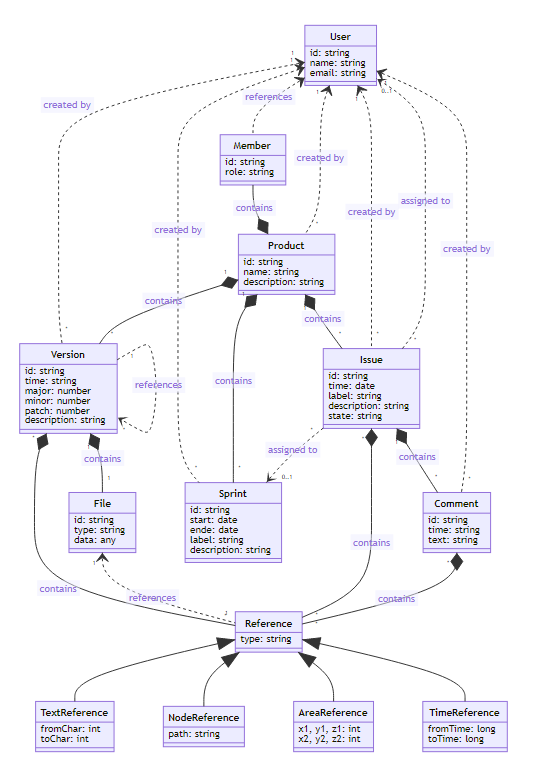
Above: diagrams/entities-v3.png in ghackenberg/caddrive (Mermaid), before the change. Its source is kept beside it as diagrams/entities-v3.mmd.
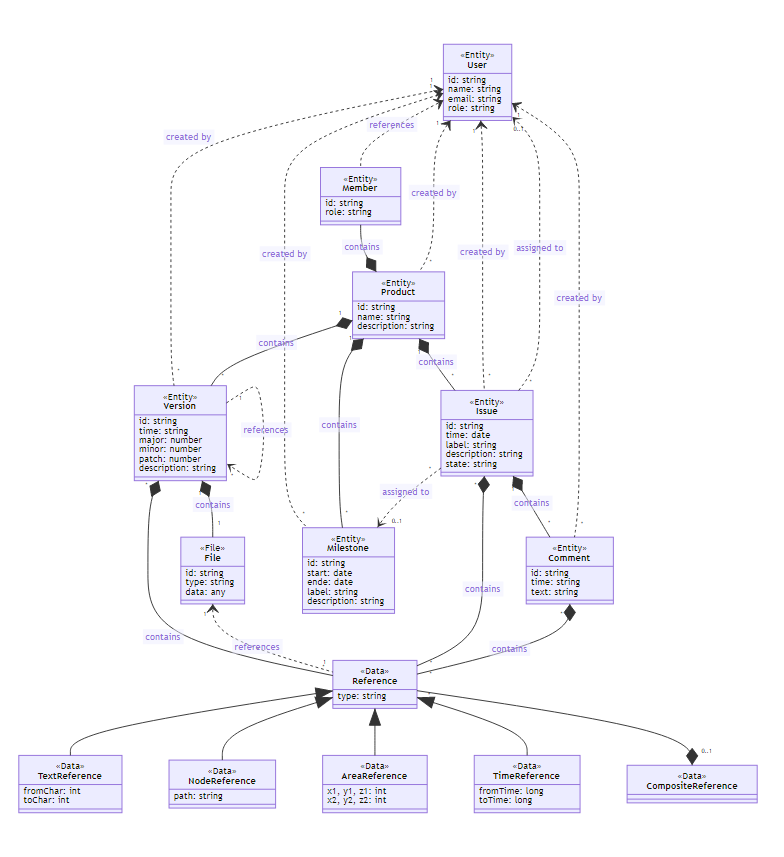
The same diagram one commit later.

Commit message:
align class diagram with impl

Change to the diagram source:
```diff
@@ -5,6 +5,7 @@
         id: string
         name: string
         email: string
+        role: string
     }
     class Product {
         id: string
@@ -43,13 +44,25 @@
         time: string
         text: string
     }
-    class Sprint {
+    class Milestone {
         id: string
         start: date
         ende: date
         label: string
         description: string
     }
+
+    <<Entity>> User
+    <<Entity>> Product
+    <<Entity>> Member
+    <<Entity>> Version
+    <<Entity>> Issue
+    <<Entity>> Comment
+    <<Entity>> Milestone
+
+    <<File>> File
+
+    <<Data>> Reference
 
     User <.. Member : references
     Member --* Product : contains
@@ -61,17 +74,17 @@
     User "1" <.. "*" Version : created by
     User "1" <.. "*" Issue : created by
     User "1" <.. "*" Comment : created by
-    User "1" <.. "*" Sprint : created by
+    User "1" <.. "*" Milestone : created by
 
     Product "1" *-- "*" Version : contains
-    Product "1" *-- "*" Sprint : contains
+    Product "1" *-- "*" Milestone : contains
 
     Version "1" *-- "1" File : contains
     Version "1" ..> "*" Version : references
     Version "*" *-- "*" Reference : contains
     File  "1" <.. "1" Reference : references
 
-    Issue "*" ..> "0..1" Sprint : assigned to
+    Issue "*" ..> "0..1" Milestone : assigned to
     Issue "*" ..> "0..1" User : assigned to
     Issue "*" *-- "*" Reference : contains
     Comment "*" *-- "*" Reference : contains
@@ -80,6 +93,8 @@
     Reference <|-- NodeReference
     Reference <|-- AreaReference
     Reference <|-- TimeReference
+    Reference <|-- CompositeReference
+    Reference "*" --* "0..1" CompositeReference
 
     class TextReference {
         fromChar: int
@@ -96,3 +111,12 @@
         fromTime: long
         toTime: long
     }
+    class CompositeReference {
+
+    }
+
+    <<Data>> TextReference
+    <<Data>> NodeReference
+    <<Data>> AreaReference
+    <<Data>> TimeReference
+    <<Data>> CompositeReference
```
